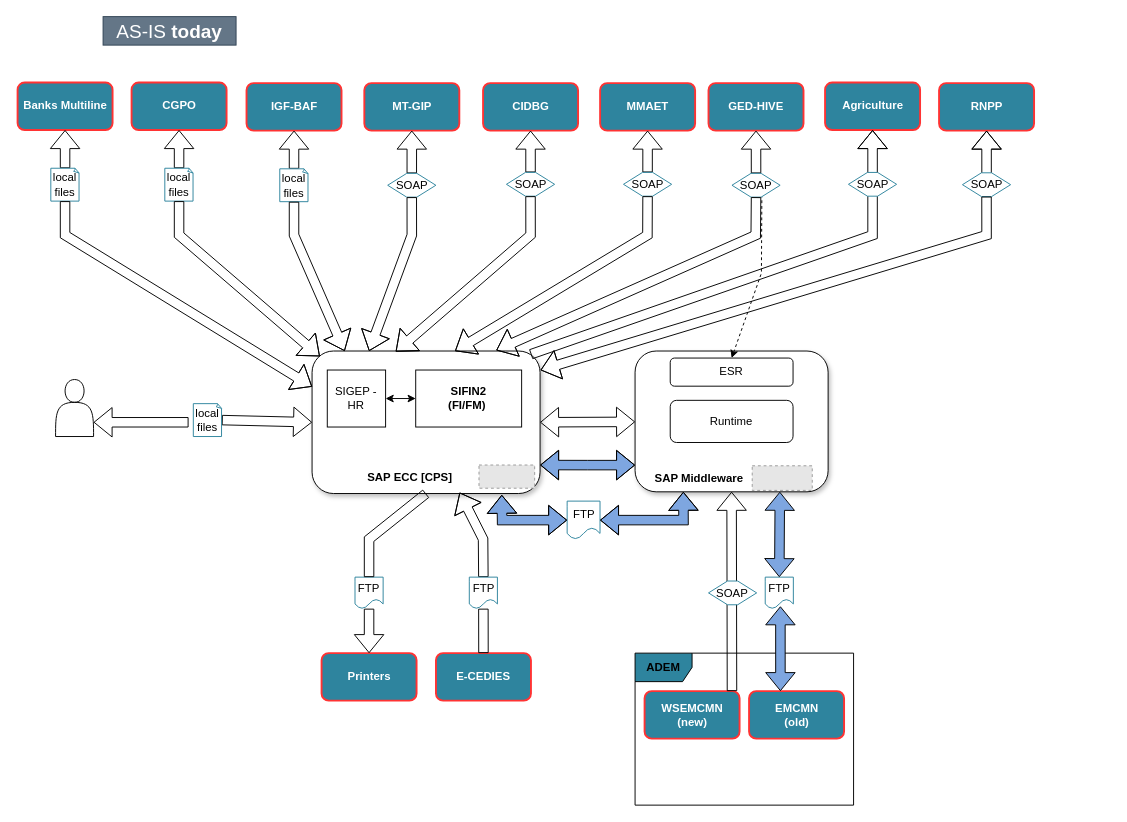
efelman/my_diagrams keeps this draw.io diagram as page "AsIs-Today Detailed" (3 of 5) of my_diagram.drawio. Above is the earlier version. Source tidied: cells renumbered, new cells numbered last; positions are measured from the earlier drawing's top-left corner, leaving out a move shared by most shapes. Both pictures are drawn from the tidied source at 95%, with x=0, y=0 at pixel (17, 16). Pictures stored in the file or linked from it are replaced by grey dashed boxes.
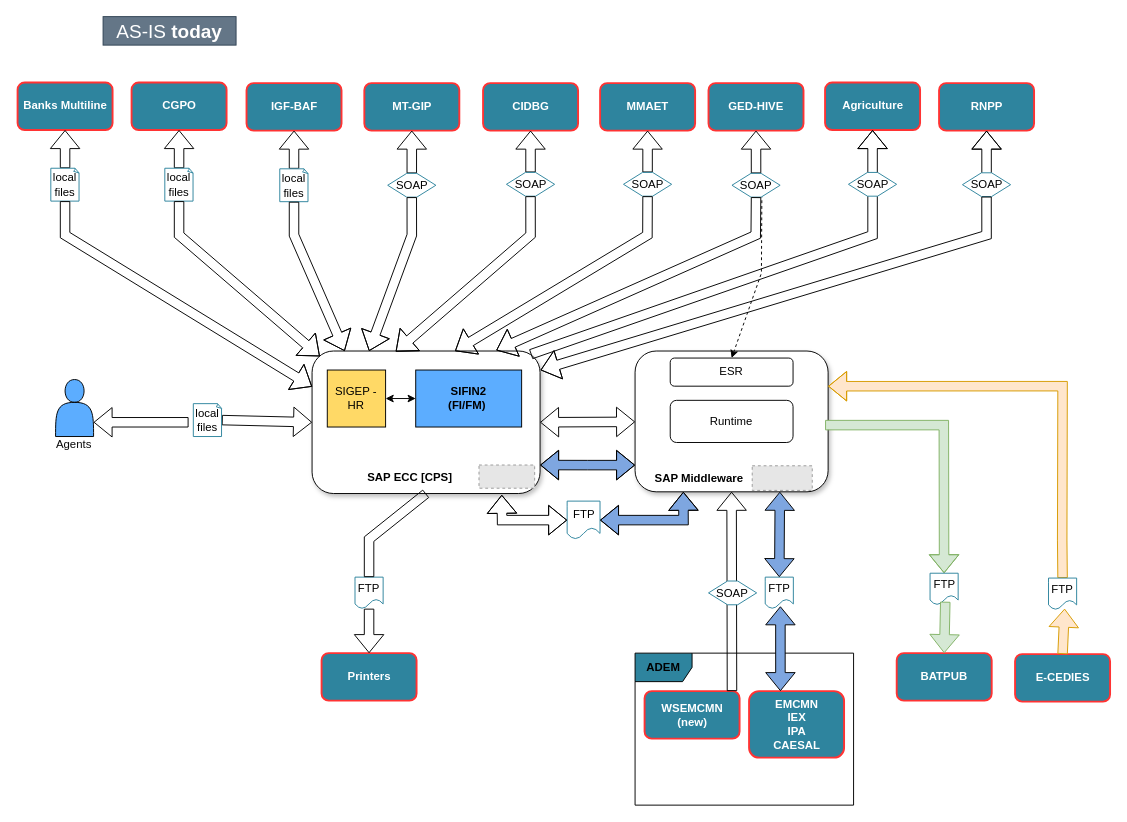
The same diagram, later.

The change refers to these unchanged cells:
```xml
<mxCell id="5" style="rounded=1;whiteSpace=wrap;html=1;shadow=1;" parent="4" vertex="1">
  <mxGeometry width="203.2" height="148.2" as="geometry" />
</mxCell>
<mxCell id="14" style="group;" parent="1" vertex="1">
  <mxGeometry x="310" y="352" width="240" height="150" as="geometry" />
</mxCell>
<mxCell id="15" style="rounded=1;whiteSpace=wrap;html=1;shadow=1;glass=0;sketch=0;" parent="14" vertex="1">
  <mxGeometry width="240" height="150" as="geometry" />
</mxCell>
<mxCell id="49" style="group;" parent="1" vertex="1">
  <mxGeometry x="650" y="670" width="230" height="160" as="geometry" />
</mxCell>
<mxCell id="71" value="FTP" style="shape=document;whiteSpace=wrap;html=1;boundedLbl=1;fillColor=#FFFFFF;strokeColor=#2E849E;" parent="1" vertex="1">
  <mxGeometry x="578.5" y="510" width="34.6" height="40" as="geometry" />
</mxCell>
```

Change to the diagram source:
```diff
@@
-    <mxCell id="12" style="shape=actor;whiteSpace=wrap;html=1;" parent="1" vertex="1">
+    <mxCell id="12" style="shape=actor;whiteSpace=wrap;html=1;fillColor=#5CADFF;" parent="1" vertex="1">
       <mxGeometry x="40" y="382" width="40" height="60" as="geometry" />
     </mxCell>
@@
-    <mxCell id="17" value="SIGEP - HR" style="rounded=0;whiteSpace=wrap;html=1;" parent="14" vertex="1">
+    <mxCell id="17" value="SIGEP - HR" style="rounded=0;whiteSpace=wrap;html=1;fillColor=#FFD966;" parent="14" vertex="1">
       <mxGeometry x="16" y="20" width="61.4" height="60" as="geometry" />
     </mxCell>
@@
-    <mxCell id="19" value="&lt;b&gt;SIFIN2&lt;br&gt;(FI/FM)&amp;nbsp;&lt;/b&gt;" style="rounded=0;whiteSpace=wrap;html=1;" parent="14" vertex="1">
+    <mxCell id="19" value="&lt;b&gt;SIFIN2&lt;br&gt;(FI/FM)&amp;nbsp;&lt;/b&gt;" style="rounded=0;whiteSpace=wrap;html=1;fillColor=#5CADFF;" parent="14" vertex="1">
       <mxGeometry x="109.1" y="20" width="111.5" height="60" as="geometry" />
     </mxCell>
@@
-    <mxCell id="52" value="&lt;font color=&quot;#ffffff&quot;&gt;EMCMN&lt;br&gt;(old)&lt;/font&gt;" style="dashed=0;html=1;rounded=1;fillColor=#2E849E;strokeColor=#FF3333;fontSize=12;align=center;fontStyle=1;strokeWidth=2;fontColor=#42526E;" parent="49" vertex="1">
-      <mxGeometry x="120" y="40" width="100" height="50" as="geometry" />
+    <mxCell id="52" value="&lt;font color=&quot;#ffffff&quot;&gt;EMCMN&lt;br&gt;IEX&lt;br&gt;IPA&lt;br&gt;CAESAL&lt;br&gt;&lt;/font&gt;" style="dashed=0;html=1;rounded=1;fillColor=#2E849E;strokeColor=#FF3333;fontSize=12;align=center;fontStyle=1;strokeWidth=2;fontColor=#42526E;" parent="49" vertex="1">
+      <mxGeometry x="120" y="40" width="100" height="70" as="geometry" />
     </mxCell>
@@
     <mxCell id="67" value="&lt;font color=&quot;#ffffff&quot;&gt;E-CEDIES&lt;/font&gt;" style="dashed=0;html=1;rounded=1;fillColor=#2E849E;strokeColor=#FF3333;fontSize=12;align=center;fontStyle=1;strokeWidth=2;fontColor=#42526E;" parent="1" vertex="1">
-      <mxGeometry x="440.4" y="670" width="100" height="50" as="geometry" />
+      <mxGeometry x="1050" y="671" width="100" height="50" as="geometry" />
     </mxCell>
-    <mxCell id="68" style="shape=flexArrow;endArrow=classic;html=1;rounded=0;fontColor=#FFFFFF;entryX=0.647;entryY=0.993;entryDx=0;entryDy=0;entryPerimeter=0;exitX=0.5;exitY=0;exitDx=0;exitDy=0;startArrow=none;" parent="1" edge="1" source="69" target="15">
+    <mxCell id="68" style="shape=flexArrow;endArrow=classic;html=1;rounded=0;fontColor=#FFFFFF;entryX=1;entryY=0.25;entryDx=0;entryDy=0;exitX=0.5;exitY=0;exitDx=0;exitDy=0;startArrow=none;fillColor=#ffe6cc;strokeColor=#d79b00;" parent="1" edge="1" source="69" target="5">
       <mxGeometry relative="1" as="geometry">
         <Array as="points">
-          <mxPoint x="490" y="550" />
+          <mxPoint x="1099.6" y="551" />
+          <mxPoint x="1100" y="389" />
         </Array>
       </mxGeometry>
     </mxCell>
     <mxCell id="69" value="FTP" style="shape=document;whiteSpace=wrap;html=1;boundedLbl=1;fillColor=#FFFFFF;strokeColor=#2E849E;" parent="1" vertex="1">
-      <mxGeometry x="475.5" y="590" width="29.6" height="33.2" as="geometry" />
+      <mxGeometry x="1085.2" y="591" width="29.6" height="33.2" as="geometry" />
     </mxCell>
-    <mxCell id="70" style="shape=flexArrow;endArrow=none;html=1;rounded=0;fontColor=#FFFFFF;exitX=0.5;exitY=0;exitDx=0;exitDy=0;" parent="1" edge="1" source="67" target="69">
-      <mxGeometry relative="1" as="geometry" />
-    </mxCell>
@@
-    <mxCell id="76" style="shape=flexArrow;endArrow=classic;startArrow=classic;html=1;rounded=0;shadow=0;sketch=0;fontSize=12;fontColor=#FFFF66;strokeColor=default;fillColor=#7EA6E0;labelBackgroundColor=#63AAE0;entryX=0;entryY=0.5;entryDx=0;entryDy=0;exitX=0.832;exitY=1.009;exitDx=0;exitDy=0;exitPerimeter=0;" parent="1" edge="1" source="15" target="71">
+    <mxCell id="76" style="shape=flexArrow;endArrow=classic;startArrow=classic;html=1;rounded=0;shadow=0;sketch=0;fontSize=12;fontColor=#FFFF66;strokeColor=default;fillColor=none;labelBackgroundColor=#63AAE0;entryX=0;entryY=0.5;entryDx=0;entryDy=0;exitX=0.832;exitY=1.009;exitDx=0;exitDy=0;exitPerimeter=0;" parent="1" edge="1" source="15" target="71">
       <mxGeometry relative="1" as="geometry">
         <Array as="points">
           <mxPoint x="510" y="530" />
         </Array>
       </mxGeometry>
     </mxCell>
@@
+    <mxCell id="79" value="&lt;font color=&quot;#ffffff&quot;&gt;BATPUB&lt;/font&gt;" style="dashed=0;html=1;rounded=1;fillColor=#2E849E;strokeColor=#FF3333;fontSize=12;align=center;fontStyle=1;strokeWidth=2;fontColor=#42526E;gradientColor=none;" parent="1" vertex="1">
+      <mxGeometry x="925.4" y="670" width="100" height="50" as="geometry" />
+    </mxCell>
+    <mxCell id="80" style="shape=flexArrow;endArrow=classic;html=1;rounded=0;startArrow=none;entryX=0.5;entryY=0;entryDx=0;entryDy=0;fillColor=#d5e8d4;strokeColor=#82b366;" parent="1" edge="1" target="81">
+      <mxGeometry relative="1" as="geometry">
+        <mxPoint x="850" y="430" as="sourcePoint" />
+        <Array as="points">
+          <mxPoint x="975" y="430" />
+        </Array>
+      </mxGeometry>
+    </mxCell>
+    <mxCell id="81" value="FTP" style="shape=document;whiteSpace=wrap;html=1;boundedLbl=1;fillColor=#FFFFFF;strokeColor=#2E849E;" parent="1" vertex="1">
+      <mxGeometry x="960.5" y="585.9" width="29.6" height="33.2" as="geometry" />
+    </mxCell>
+    <mxCell id="82" style="shape=flexArrow;endArrow=classic;html=1;rounded=0;entryX=0.5;entryY=0;entryDx=0;entryDy=0;exitX=0.542;exitY=0.903;exitDx=0;exitDy=0;exitPerimeter=0;fillColor=#d5e8d4;strokeColor=#82b366;" parent="1" edge="1" source="81" target="79">
+      <mxGeometry relative="1" as="geometry" />
+    </mxCell>
+    <mxCell id="70" style="shape=flexArrow;endArrow=classic;html=1;rounded=0;exitX=0.5;exitY=0;exitDx=0;exitDy=0;entryX=0.573;entryY=0.97;entryDx=0;entryDy=0;entryPerimeter=0;fillColor=#ffe6cc;strokeColor=#d79b00;" parent="1" edge="1" source="67" target="69">
+      <mxGeometry relative="1" as="geometry" />
+    </mxCell>
+    <mxCell id="83" value="Agents" style="text;html=1;align=center;verticalAlign=middle;strokeColor=none;fillColor=none;fontColor=#0A0A0A;" parent="1" vertex="1">
+      <mxGeometry x="35" y="442" width="48" height="18" as="geometry" />
+    </mxCell>
```
